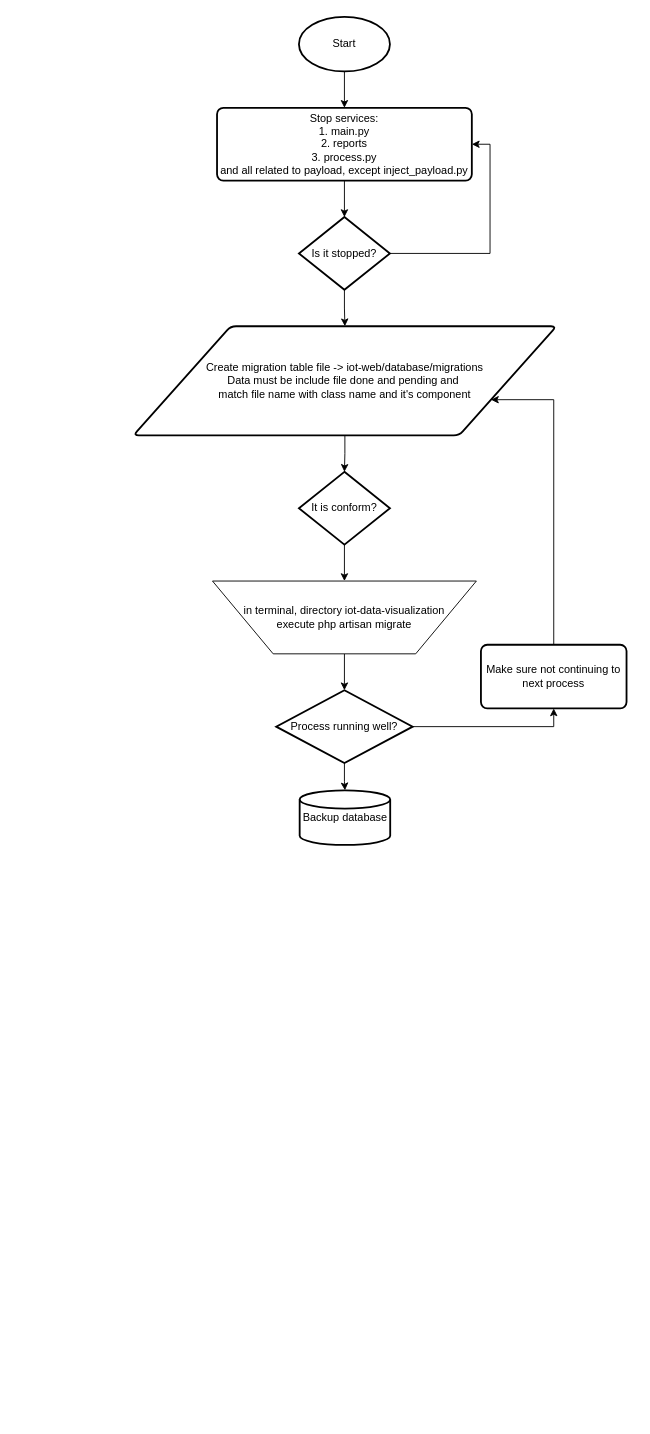
This is Flow Register New Line.drawio from arizmuajianisan/flowchart, a draw.io file, before an edit. Source tidied: cells renumbered, new cells numbered last; positions are measured from the earlier drawing's top-left corner, leaving out a move shared by most shapes. Both pictures are drawn from the tidied source at 91%, with x=0, y=0 at pixel (133, 16).
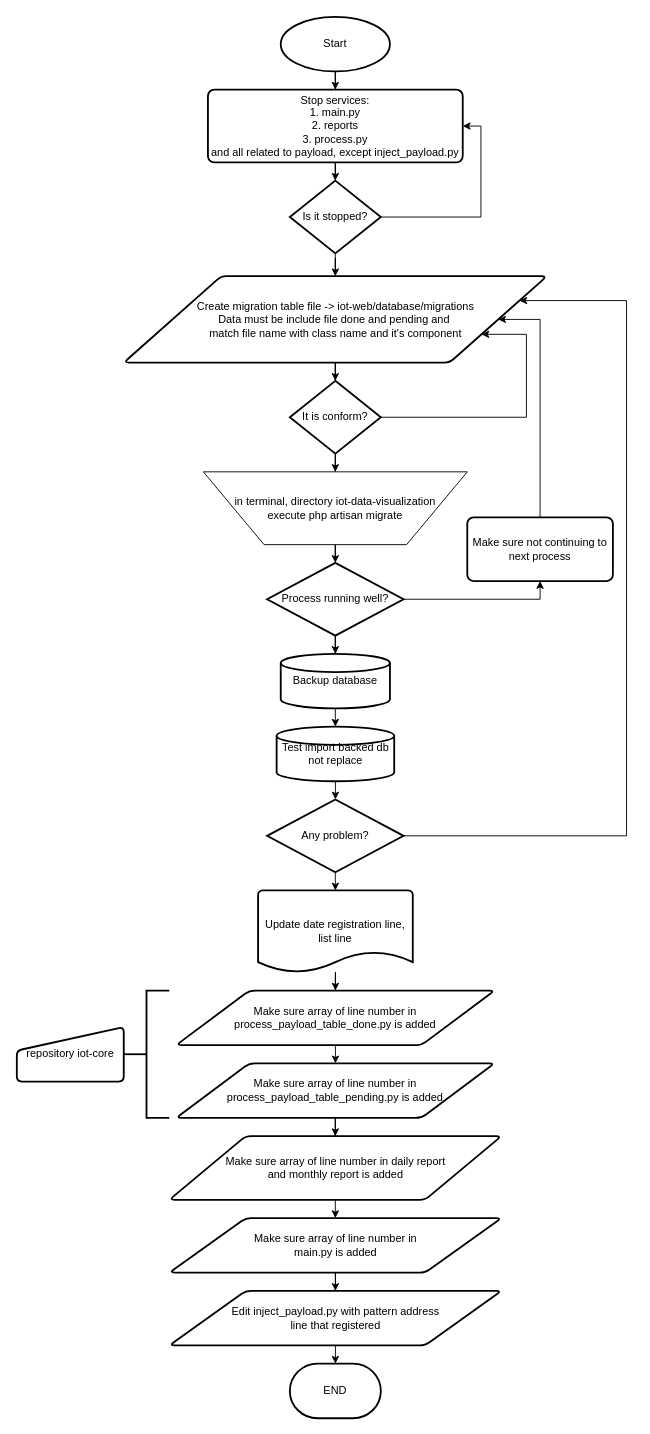
The same page after the edit.

The edit, as a diff of the source:
```diff
@@
     <mxCell id="3" value="Stop services:&lt;br&gt;1. main.py&lt;br&gt;2. reports&lt;br&gt;3. process.py&lt;br&gt;and all related to payload, except inject_payload.py" style="rounded=1;whiteSpace=wrap;html=1;absoluteArcSize=1;arcSize=14;strokeWidth=2;" parent="1" vertex="1">
-      <mxGeometry x="92" y="100" width="280" height="80" as="geometry" />
+      <mxGeometry x="82" y="80" width="280" height="80" as="geometry" />
     </mxCell>
+    <mxCell id="5" style="edgeStyle=orthogonalEdgeStyle;rounded=0;jettySize=auto;html=1;" parent="1" edge="1" source="6" target="8">
+      <mxGeometry relative="1" as="geometry" />
+    </mxCell>
     <mxCell id="4" style="edgeStyle=orthogonalEdgeStyle;rounded=0;jettySize=auto;html=1;entryX=1;entryY=0.5;entryDx=0;entryDy=0;exitX=1;exitY=0.5;exitDx=0;exitDy=0;exitPerimeter=0;" parent="1" edge="1" source="6" target="3">
       <mxGeometry relative="1" as="geometry">
         <Array as="points">
-          <mxPoint x="392" y="260" />
-          <mxPoint x="392" y="140" />
+          <mxPoint x="382" y="220" />
+          <mxPoint x="382" y="120" />
         </Array>
       </mxGeometry>
     </mxCell>
-    <mxCell id="5" style="edgeStyle=orthogonalEdgeStyle;rounded=0;jettySize=auto;html=1;" parent="1" edge="1" source="6" target="8">
-      <mxGeometry relative="1" as="geometry" />
-    </mxCell>
     <mxCell id="6" value="Is it stopped?" style="strokeWidth=2;html=1;shape=mxgraph.flowchart.decision;whiteSpace=wrap;" parent="1" vertex="1">
-      <mxGeometry x="182" y="220" width="100" height="80" as="geometry" />
+      <mxGeometry x="172" y="180" width="100" height="80" as="geometry" />
     </mxCell>
@@
     <mxCell id="8" value="Create migration table file -&amp;gt; iot-web/database/migrations&lt;br&gt;Data must be include file done and pending and&amp;nbsp;&lt;br&gt;match file name with class name and it's component" style="shape=parallelogram;html=1;strokeWidth=2;perimeter=parallelogramPerimeter;whiteSpace=wrap;rounded=1;arcSize=12;size=0.23;" parent="1" vertex="1">
-      <mxGeometry y="340" width="465" height="120" as="geometry" />
+      <mxGeometry x="-10.5" y="285" width="465" height="95" as="geometry" />
     </mxCell>
@@
+    <mxCell id="21" style="edgeStyle=orthogonalEdgeStyle;rounded=0;jettySize=auto;html=1;entryX=1;entryY=0.75;entryDx=0;entryDy=0;exitX=1;exitY=0.5;exitDx=0;exitDy=0;exitPerimeter=0;" parent="1" edge="1" source="10" target="8">
+      <mxGeometry relative="1" as="geometry">
+        <Array as="points">
+          <mxPoint x="432" y="440" />
+          <mxPoint x="432" y="349" />
+        </Array>
+      </mxGeometry>
+    </mxCell>
     <mxCell id="10" value="It is conform?" style="strokeWidth=2;html=1;shape=mxgraph.flowchart.decision;whiteSpace=wrap;" parent="1" vertex="1">
-      <mxGeometry x="182" y="500" width="100" height="80" as="geometry" />
+      <mxGeometry x="172" y="400" width="100" height="80" as="geometry" />
     </mxCell>
@@
     <mxCell id="12" value="in terminal, directory iot-data-visualization&lt;br&gt;execute php artisan migrate" style="verticalLabelPosition=middle;verticalAlign=middle;html=1;shape=trapezoid;perimeter=trapezoidPerimeter;whiteSpace=wrap;size=0.23;arcSize=10;flipV=1;labelPosition=center;align=center;" parent="1" vertex="1">
-      <mxGeometry x="87" y="620" width="290" height="80" as="geometry" />
+      <mxGeometry x="77" y="500" width="290" height="80" as="geometry" />
     </mxCell>
@@
     <mxCell id="15" value="Process running well?" style="strokeWidth=2;html=1;shape=mxgraph.flowchart.decision;whiteSpace=wrap;" parent="1" vertex="1">
-      <mxGeometry x="157" y="740" width="150" height="80" as="geometry" />
+      <mxGeometry x="147" y="600" width="150" height="80" as="geometry" />
     </mxCell>
@@
     <mxCell id="17" value="Start" style="strokeWidth=2;html=1;shape=mxgraph.flowchart.start_1;whiteSpace=wrap;" parent="1" vertex="1">
-      <mxGeometry x="182" width="100" height="60" as="geometry" />
+      <mxGeometry x="162" width="120" height="60" as="geometry" />
     </mxCell>
-    <mxCell id="18" style="edgeStyle=orthogonalEdgeStyle;rounded=0;jettySize=auto;html=1;entryX=1;entryY=0.75;entryDx=0;entryDy=0;" parent="1" edge="1" source="19" target="8">
+    <mxCell id="18" style="edgeStyle=orthogonalEdgeStyle;rounded=0;jettySize=auto;html=1;exitX=0.5;exitY=0;exitDx=0;exitDy=0;entryX=1;entryY=0.5;entryDx=0;entryDy=0;" parent="1" edge="1" source="19" target="8">
       <mxGeometry relative="1" as="geometry">
         <Array as="points">
-          <mxPoint x="462" y="421" />
+          <mxPoint x="447" y="332" />
+          <mxPoint x="401" y="332" />
         </Array>
       </mxGeometry>
     </mxCell>
     <mxCell id="19" value="Make sure not continuing to next process" style="rounded=1;whiteSpace=wrap;html=1;absoluteArcSize=1;arcSize=14;strokeWidth=2;" parent="1" vertex="1">
-      <mxGeometry x="382" y="690" width="160" height="70" as="geometry" />
+      <mxGeometry x="367" y="550" width="160" height="70" as="geometry" />
     </mxCell>
+    <mxCell id="22" style="edgeStyle=orthogonalEdgeStyle;rounded=0;jettySize=auto;html=1;" parent="1" edge="1" source="20" target="24">
+      <mxGeometry relative="1" as="geometry" />
+    </mxCell>
     <mxCell id="20" value="Backup database" style="strokeWidth=2;html=1;shape=mxgraph.flowchart.database;whiteSpace=wrap;" parent="1" vertex="1">
-      <mxGeometry x="182.8" y="850" width="99.5" height="60" as="geometry" />
+      <mxGeometry x="162" y="700" width="120" height="60" as="geometry" />
     </mxCell>
+    <mxCell id="23" style="edgeStyle=orthogonalEdgeStyle;rounded=0;jettySize=auto;html=1;" parent="1" edge="1" source="24" target="27">
+      <mxGeometry relative="1" as="geometry" />
+    </mxCell>
+    <mxCell id="24" value="Test import backed db&lt;br&gt;not replace" style="strokeWidth=2;html=1;shape=mxgraph.flowchart.database;whiteSpace=wrap;" parent="1" vertex="1">
+      <mxGeometry x="157.5" y="780" width="129.2" height="60" as="geometry" />
+    </mxCell>
+    <mxCell id="25" style="edgeStyle=orthogonalEdgeStyle;rounded=0;jettySize=auto;html=1;" parent="1" edge="1" source="27" target="29">
+      <mxGeometry relative="1" as="geometry" />
+    </mxCell>
+    <mxCell id="26" style="edgeStyle=orthogonalEdgeStyle;rounded=0;jettySize=auto;html=1;entryX=1;entryY=0.25;entryDx=0;entryDy=0;" parent="1" edge="1" source="27" target="8">
+      <mxGeometry relative="1" as="geometry">
+        <Array as="points">
+          <mxPoint x="542" y="900" />
+          <mxPoint x="542" y="312" />
+          <mxPoint x="424" y="312" />
+        </Array>
+      </mxGeometry>
+    </mxCell>
+    <mxCell id="27" value="Any problem?" style="strokeWidth=2;html=1;shape=mxgraph.flowchart.decision;whiteSpace=wrap;" parent="1" vertex="1">
+      <mxGeometry x="147" y="860" width="150" height="80" as="geometry" />
+    </mxCell>
+    <mxCell id="28" style="edgeStyle=orthogonalEdgeStyle;rounded=0;jettySize=auto;html=1;" parent="1" edge="1" source="29" target="31">
+      <mxGeometry relative="1" as="geometry" />
+    </mxCell>
+    <mxCell id="29" value="Update date registration line, list line" style="strokeWidth=2;html=1;shape=mxgraph.flowchart.document2;whiteSpace=wrap;size=0.25;" parent="1" vertex="1">
+      <mxGeometry x="137.1" y="960" width="170" height="90" as="geometry" />
+    </mxCell>
+    <mxCell id="30" style="edgeStyle=orthogonalEdgeStyle;rounded=0;jettySize=auto;html=1;" parent="1" edge="1" source="31" target="33">
+      <mxGeometry relative="1" as="geometry" />
+    </mxCell>
+    <mxCell id="31" value="Make sure array of line number in process_payload_table_done.py is added" style="shape=parallelogram;html=1;strokeWidth=2;perimeter=parallelogramPerimeter;whiteSpace=wrap;rounded=1;arcSize=12;size=0.23;" parent="1" vertex="1">
+      <mxGeometry x="47.1" y="1070" width="350" height="60" as="geometry" />
+    </mxCell>
+    <mxCell id="32" style="edgeStyle=orthogonalEdgeStyle;rounded=0;jettySize=auto;html=1;" parent="1" edge="1" source="33" target="35">
+      <mxGeometry relative="1" as="geometry" />
+    </mxCell>
+    <mxCell id="33" value="Make sure array of line number in process_payload_table_pending.py is added" style="shape=parallelogram;html=1;strokeWidth=2;perimeter=parallelogramPerimeter;whiteSpace=wrap;rounded=1;arcSize=12;size=0.23;" parent="1" vertex="1">
+      <mxGeometry x="47" y="1150" width="350" height="60" as="geometry" />
+    </mxCell>
+    <mxCell id="34" style="edgeStyle=orthogonalEdgeStyle;rounded=0;jettySize=auto;html=1;" parent="1" edge="1" source="35" target="37">
+      <mxGeometry relative="1" as="geometry" />
+    </mxCell>
+    <mxCell id="35" value="Make sure array of line number in daily report&lt;br&gt;and monthly report is added" style="shape=parallelogram;html=1;strokeWidth=2;perimeter=parallelogramPerimeter;whiteSpace=wrap;rounded=1;arcSize=12;size=0.23;" parent="1" vertex="1">
+      <mxGeometry x="39.5" y="1230" width="365" height="70" as="geometry" />
+    </mxCell>
+    <mxCell id="36" style="edgeStyle=orthogonalEdgeStyle;rounded=0;jettySize=auto;html=1;" parent="1" edge="1" source="37" target="39">
+      <mxGeometry relative="1" as="geometry" />
+    </mxCell>
+    <mxCell id="37" value="Make sure array of line number in&lt;br&gt;main.py is added" style="shape=parallelogram;html=1;strokeWidth=2;perimeter=parallelogramPerimeter;whiteSpace=wrap;rounded=1;arcSize=12;size=0.23;" parent="1" vertex="1">
+      <mxGeometry x="39.6" y="1320" width="365" height="60" as="geometry" />
+    </mxCell>
+    <mxCell id="38" style="edgeStyle=orthogonalEdgeStyle;rounded=0;jettySize=auto;html=1;" parent="1" edge="1" source="39" target="40">
+      <mxGeometry relative="1" as="geometry" />
+    </mxCell>
+    <mxCell id="39" value="Edit inject_payload.py with pattern address&lt;br&gt;line that registered" style="shape=parallelogram;html=1;strokeWidth=2;perimeter=parallelogramPerimeter;whiteSpace=wrap;rounded=1;arcSize=12;size=0.23;" parent="1" vertex="1">
+      <mxGeometry x="39.6" y="1400" width="365" height="60" as="geometry" />
+    </mxCell>
+    <mxCell id="40" value="END" style="strokeWidth=2;html=1;shape=mxgraph.flowchart.terminator;whiteSpace=wrap;" parent="1" vertex="1">
+      <mxGeometry x="172" y="1480" width="100" height="60" as="geometry" />
+    </mxCell>
+    <mxCell id="41" style="strokeWidth=2;html=1;shape=mxgraph.flowchart.annotation_2;align=left;labelPosition=right;" parent="1" vertex="1">
+      <mxGeometry x="-10.5" y="1070" width="50" height="140" as="geometry" />
+    </mxCell>
+    <mxCell id="42" value="repository iot-core" style="html=1;strokeWidth=2;shape=manualInput;whiteSpace=wrap;rounded=1;size=26;arcSize=11;" parent="1" vertex="1">
+      <mxGeometry x="-128" y="1110" width="117.5" height="60" as="geometry" />
+    </mxCell>
```
